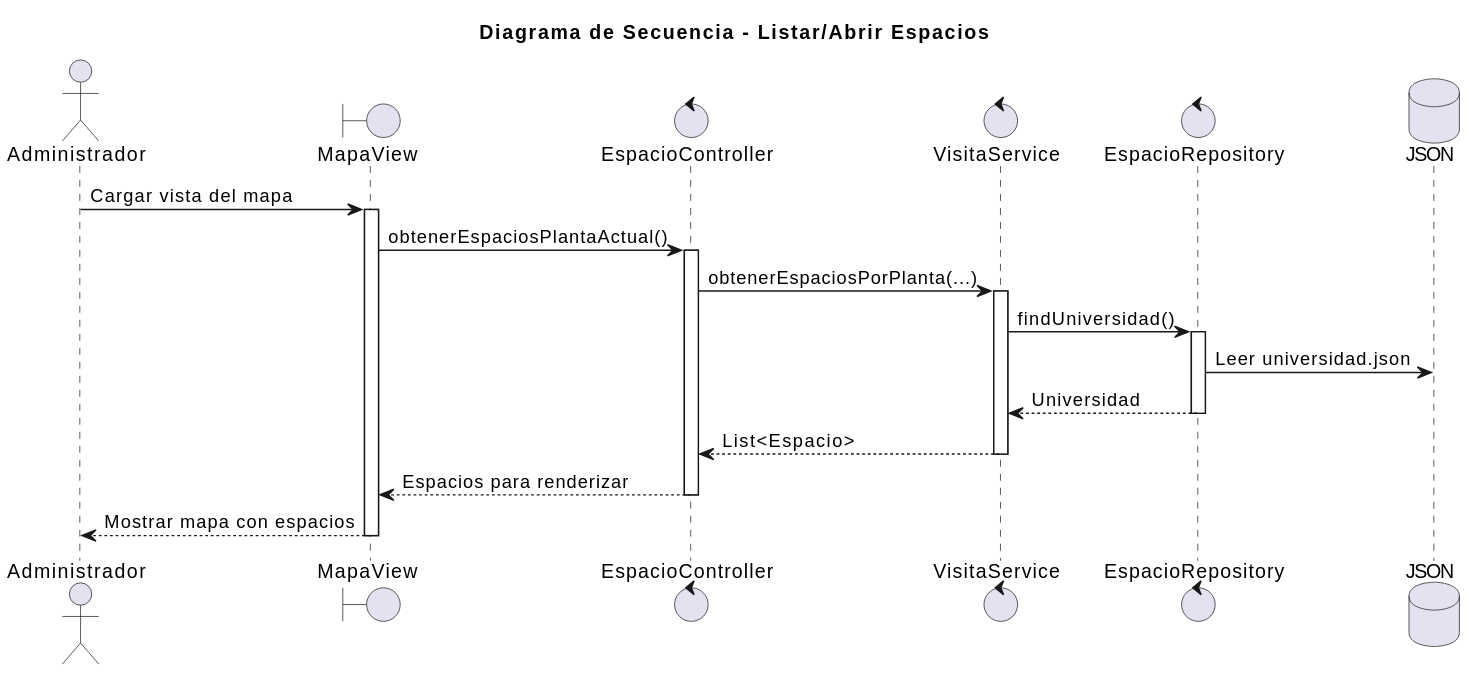
Earlier version of the PlantUML export images/02-diseño/00-Administrador/abrirEspacios/abrirEspacios.svg (mmasias/25-26-idsw2-sdVC).
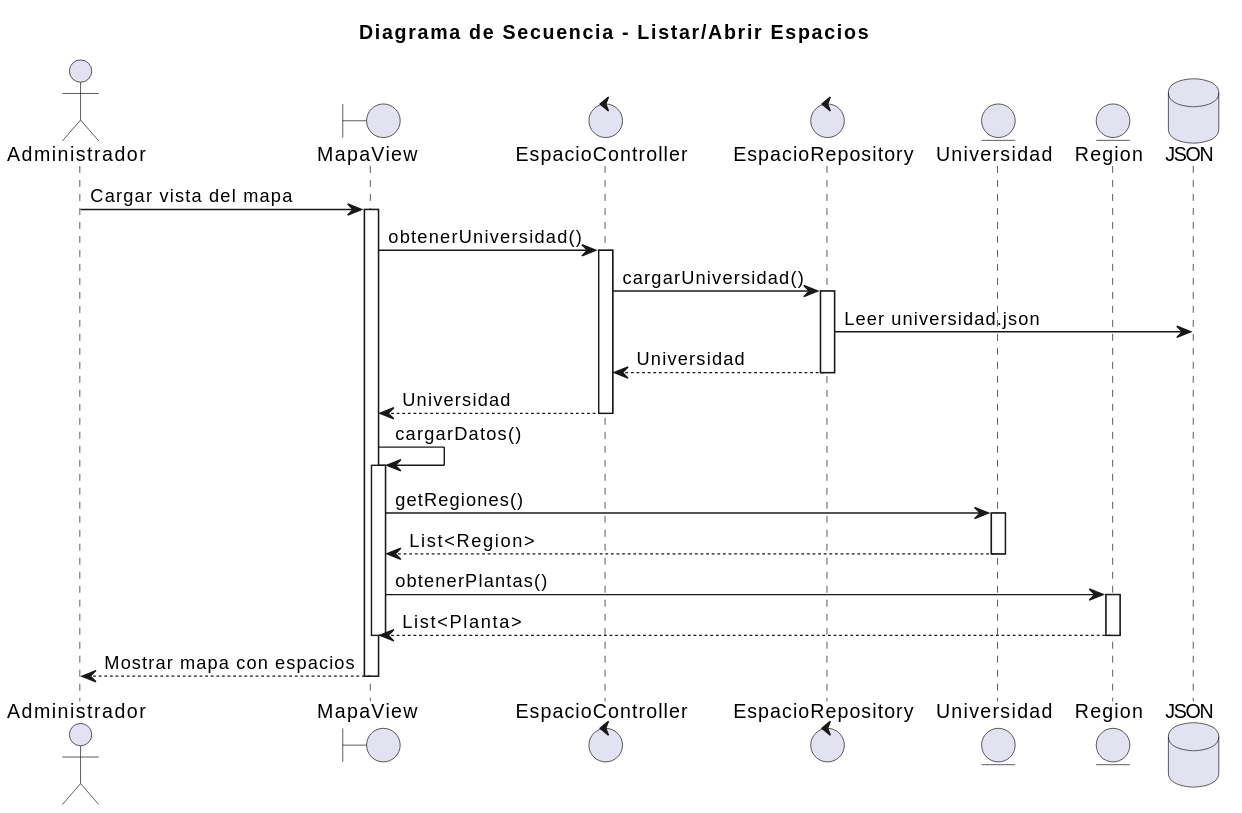
The same diagram one commit later.

Diff of the diagram source:
```diff
@@ -4,25 +4,35 @@
 actor "Administrador" as admin
 boundary "MapaView" as view
 control "EspacioController" as controller
-control "VisitaService" as service
 control "EspacioRepository" as repository
+entity "Universidad" as uni
+entity "Region" as reg
 database "JSON" as db
 
 admin -> view: Cargar vista del mapa
 activate view
-view -> controller: obtenerEspaciosPlantaActual()
+view -> controller: obtenerUniversidad()
 activate controller
-controller -> service: obtenerEspaciosPorPlanta(...)
-activate service
-service -> repository: findUniversidad()
+controller -> repository: cargarUniversidad()
 activate repository
 repository -> db: Leer universidad.json
-repository --> service: Universidad
+repository --> controller: Universidad
 deactivate repository
-service --> controller: List<Espacio>
-deactivate service
-controller --> view: Espacios para renderizar
+controller --> view: Universidad
 deactivate controller
+
+view -> view: cargarDatos()
+activate view
+view -> uni: getRegiones()
+activate uni
+uni --> view: List<Region>
+deactivate uni
+view -> reg: obtenerPlantas()
+activate reg
+reg --> view: List<Planta>
+deactivate reg
+deactivate view
+
 view --> admin: Mostrar mapa con espacios
 deactivate view
 @enduml
```
